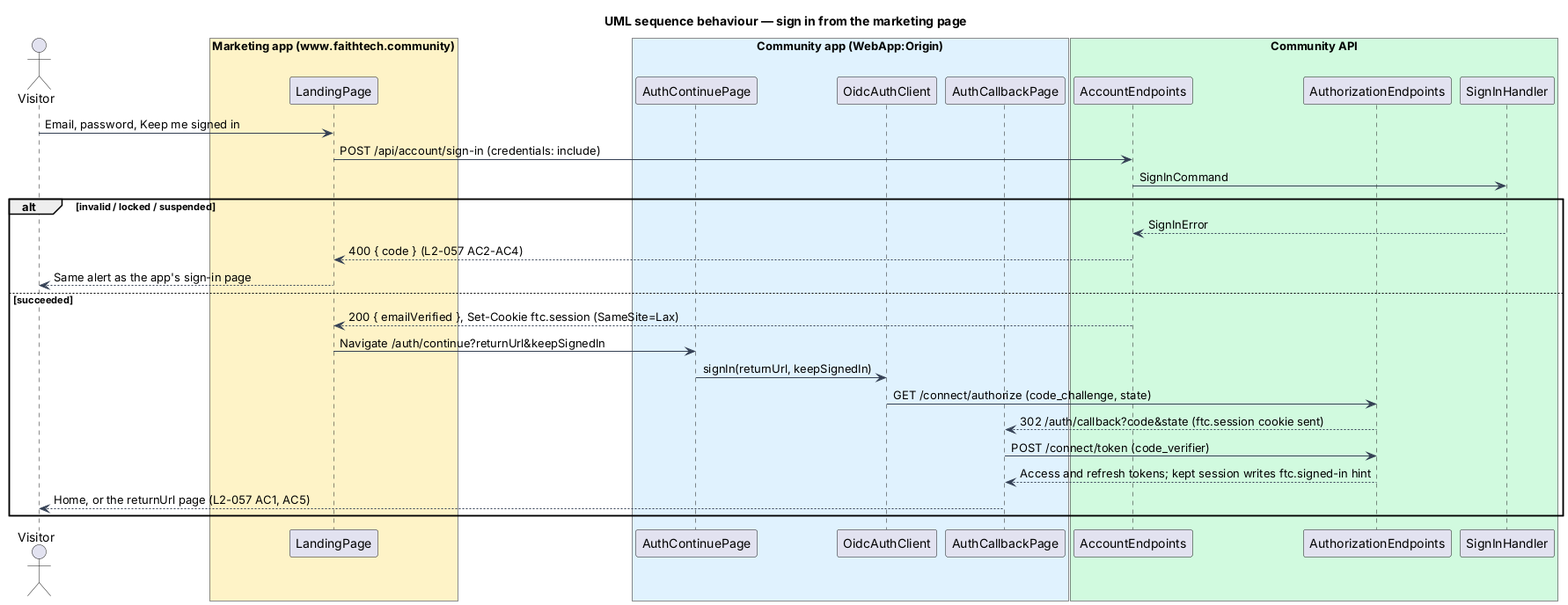
Above: docs/detailed-designs/marketing/landing-page/diagrams/sequence-sign-in.png in QuinntyneBrown/faithtech-community (PlantUML), before the change. Source of this version:
```plantuml
@startuml
title UML sequence behaviour — sign in from the marketing page
skinparam backgroundColor #FFFFFF
skinparam shadowing false
skinparam defaultFontName Arial
skinparam ArrowColor #344054
actor "Visitor" as actor
box "Marketing app (www.faithtech.community)" #FEF3C7
  participant "LandingPage" as page
end box
box "Community app (WebApp:Origin)" #E0F2FE
  participant "AuthContinuePage" as cont
  participant "OidcAuthClient" as client
  participant "AuthCallbackPage" as cb
end box
box "Community API" #D1FADF
  participant "AccountEndpoints" as acc
  participant "AuthorizationEndpoints" as authz
  participant "SignInHandler" as h
end box
actor -> page : Email, password, Keep me signed in
page -> acc : POST /api/account/sign-in (credentials: include)
acc -> h : SignInCommand
alt invalid / locked / suspended
  h --> acc : SignInError
  acc --> page : 400 { code } (L2-057 AC2-AC4)
  page --> actor : Same alert as the app's sign-in page
else succeeded
  acc --> page : 200 { emailVerified }, Set-Cookie ftc.session (SameSite=Lax)
  page -> cont : Navigate /auth/continue?returnUrl&keepSignedIn
  cont -> client : signIn(returnUrl, keepSignedIn)
  client -> authz : GET /connect/authorize (code_challenge, state)
  authz --> cb : 302 /auth/callback?code&state (ftc.session cookie sent)
  cb -> authz : POST /connect/token (code_verifier)
  authz --> cb : Access and refresh tokens; kept session writes ftc.signed-in hint
  cb --> actor : Home, or the returnUrl page (L2-057 AC1, AC5)
end
@enduml
```
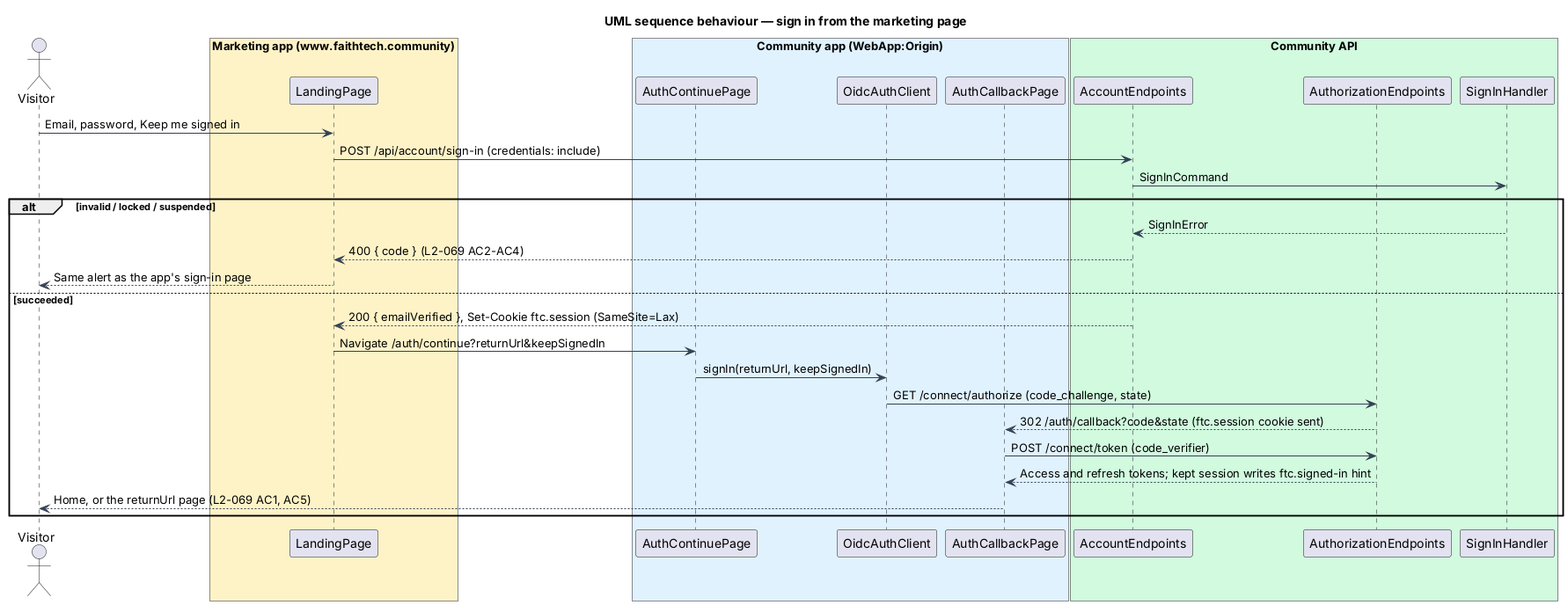
The same diagram one commit later.

Change to the diagram source:
```diff
@@ -23,7 +23,7 @@
 acc -> h : SignInCommand
 alt invalid / locked / suspended
   h --> acc : SignInError
-  acc --> page : 400 { code } (L2-057 AC2-AC4)
+  acc --> page : 400 { code } (L2-069 AC2-AC4)
   page --> actor : Same alert as the app's sign-in page
 else succeeded
   acc --> page : 200 { emailVerified }, Set-Cookie ftc.session (SameSite=Lax)
@@ -33,6 +33,6 @@
   authz --> cb : 302 /auth/callback?code&state (ftc.session cookie sent)
   cb -> authz : POST /connect/token (code_verifier)
   authz --> cb : Access and refresh tokens; kept session writes ftc.signed-in hint
-  cb --> actor : Home, or the returnUrl page (L2-057 AC1, AC5)
+  cb --> actor : Home, or the returnUrl page (L2-069 AC1, AC5)
 end
 @enduml
```
